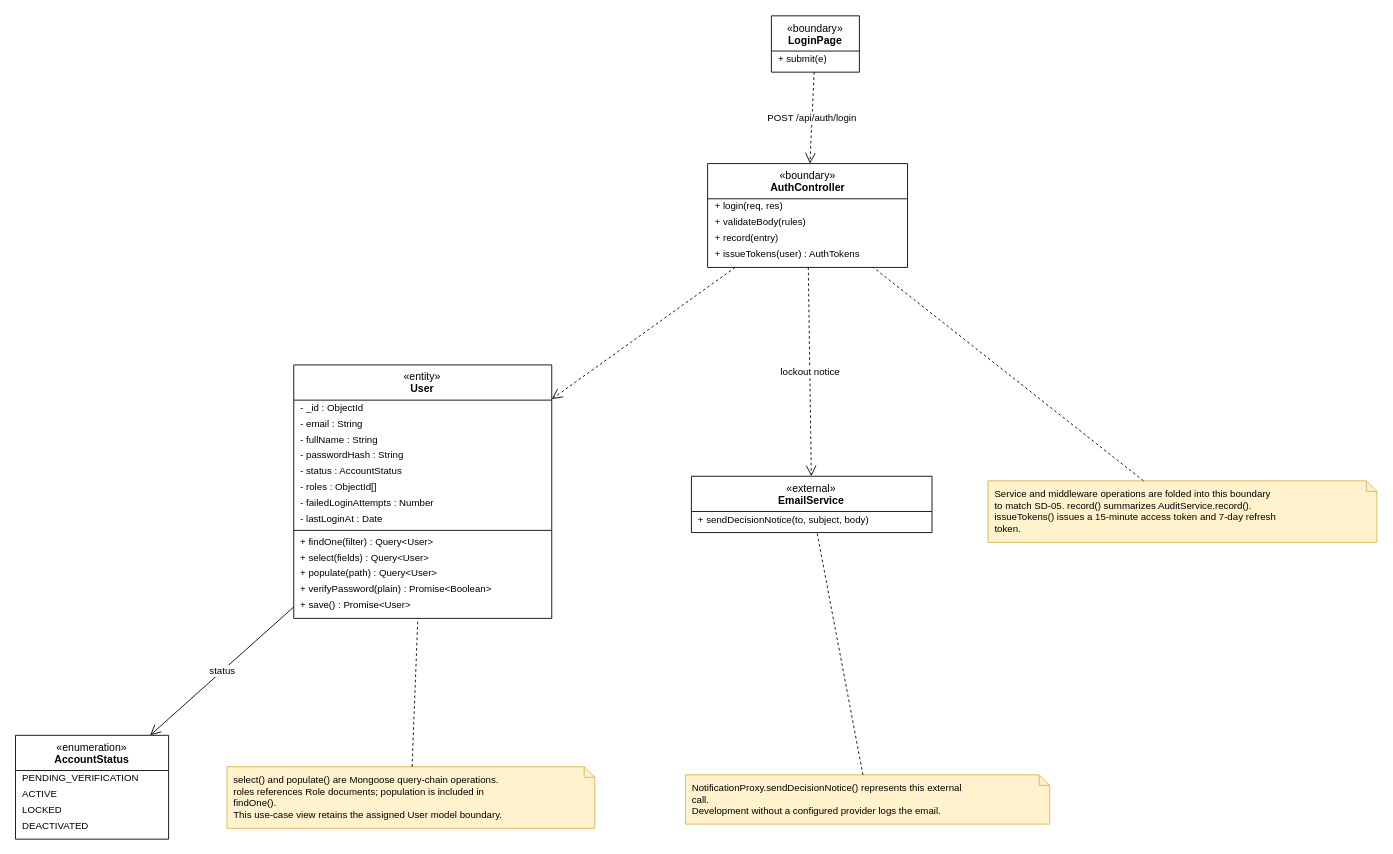
Above: final/diagrams/M2_Auth-And-Administration_Diagrams/class_diagrams/CD-05_UC-G17_Login.drawio in toikobi401/SWD392 (draw.io), before the change. Source tidied: cells renumbered, new cells numbered last; positions are measured from the earlier drawing's top-left corner, leaving out a move shared by most shapes. Both pictures are drawn from the tidied source at 88%, with x=0, y=0 at pixel (15, 15).
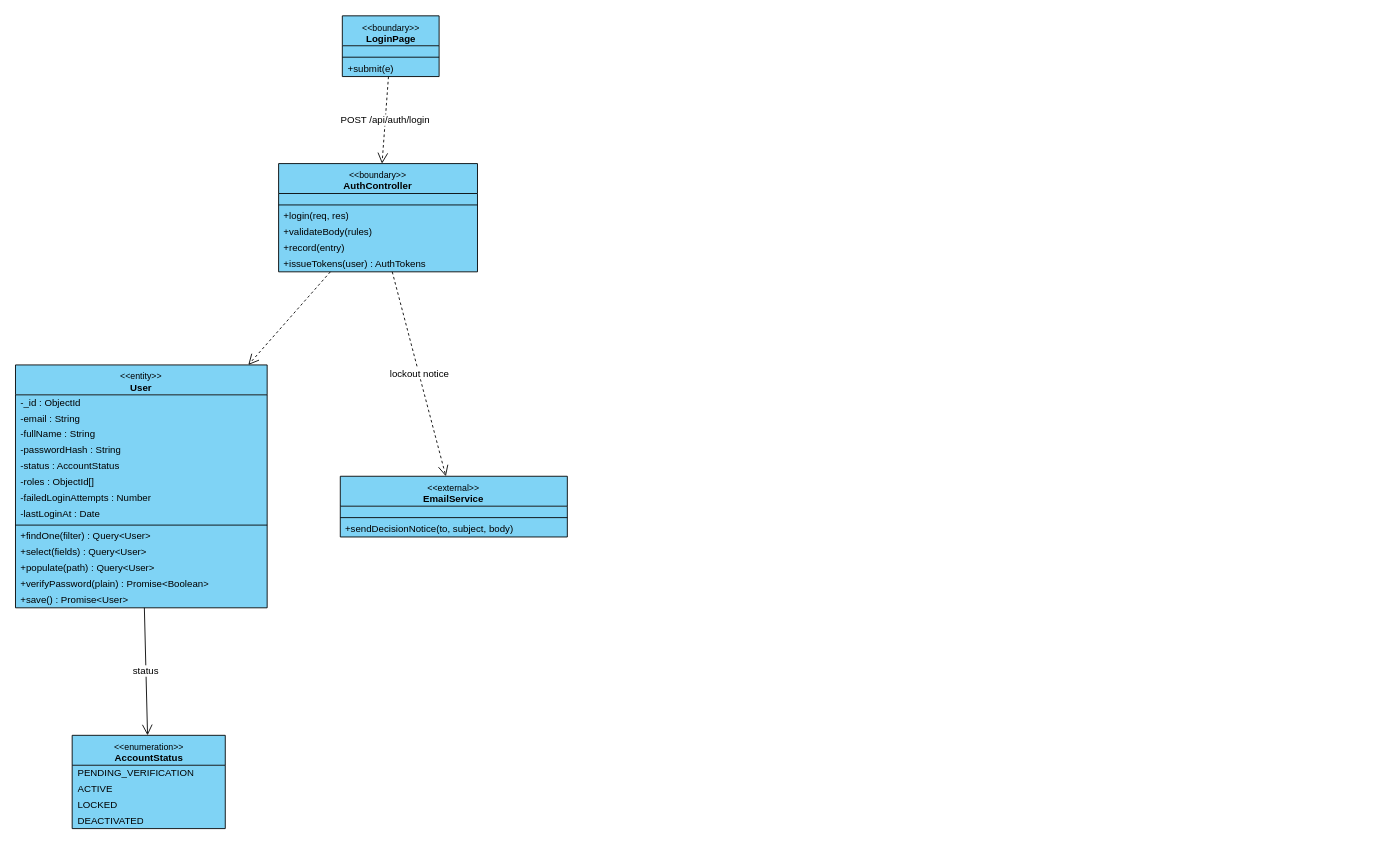
After the change.

What changed in the source:
```diff
@@
-    <mxCell id="2" value="«boundary»&lt;br&gt;&lt;b&gt;LoginPage&lt;/b&gt;" style="swimlane;fontStyle=0;align=center;verticalAlign=top;horizontal=1;startSize=40;html=1;whiteSpace=wrap;fontSize=12;" parent="1" vertex="1">
-      <mxGeometry x="859.1" y="0.5" width="100" height="64" as="geometry" />
+    <mxCell id="2" value="&lt;font style=&quot;font-size:10px&quot;&gt;&amp;lt;&amp;lt;boundary&amp;gt;&amp;gt;&lt;/font&gt;&lt;br&gt;&lt;b&gt;LoginPage&lt;/b&gt;" style="swimlane;fontStyle=0;align=center;verticalAlign=top;horizontal=1;startSize=34;html=1;whiteSpace=wrap;fontSize=11;fillColor=#7fd3f5;swimlaneFillColor=#7fd3f5;strokeColor=#000000;" parent="1" vertex="1">
+      <mxGeometry x="371.5" y="0.5" width="110" height="69" as="geometry" />
     </mxCell>
+    <mxCell id="41" style="text;strokeColor=none;fillColor=none;html=1;" parent="2" vertex="1">
+      <mxGeometry y="34" width="110" height="9" as="geometry" />
+    </mxCell>
+    <mxCell id="42" style="line;strokeWidth=1;fillColor=none;align=left;verticalAlign=middle;spacingTop=-1;spacingLeft=3;spacingRight=3;labelPosition=right;strokeColor=#000000;" parent="2" vertex="1">
+      <mxGeometry y="43" width="110" height="8" as="geometry" />
+    </mxCell>
-    <mxCell id="3" value="+ submit(e)" style="text;strokeColor=none;fillColor=none;align=left;verticalAlign=middle;spacingLeft=6;spacingRight=4;overflow=hidden;whiteSpace=nowrap;html=1;fontSize=11;" parent="2" vertex="1">
-      <mxGeometry y="40" width="100" height="18" as="geometry" />
+    <mxCell id="3" value="+submit(e)" style="text;strokeColor=none;fillColor=none;align=left;verticalAlign=middle;spacingLeft=4;spacingRight=4;overflow=hidden;whiteSpace=nowrap;html=1;fontSize=11;" parent="2" vertex="1">
+      <mxGeometry y="51" width="110" height="18" as="geometry" />
     </mxCell>
-    <mxCell id="4" value="«boundary»&lt;br&gt;&lt;b&gt;AuthController&lt;/b&gt;" style="swimlane;fontStyle=0;align=center;verticalAlign=top;horizontal=1;startSize=40;html=1;whiteSpace=wrap;fontSize=12;" parent="1" vertex="1">
-      <mxGeometry x="786.6" y="168.4" width="227.2" height="118" as="geometry" />
+    <mxCell id="4" value="&lt;font style=&quot;font-size:10px&quot;&gt;&amp;lt;&amp;lt;boundary&amp;gt;&amp;gt;&lt;/font&gt;&lt;br&gt;&lt;b&gt;AuthController&lt;/b&gt;" style="swimlane;fontStyle=0;align=center;verticalAlign=top;horizontal=1;startSize=34;html=1;whiteSpace=wrap;fontSize=11;fillColor=#7fd3f5;swimlaneFillColor=#7fd3f5;strokeColor=#000000;" parent="1" vertex="1">
+      <mxGeometry x="299.1" y="168.4" width="226" height="123" as="geometry" />
     </mxCell>
+    <mxCell id="43" style="text;strokeColor=none;fillColor=none;html=1;" parent="4" vertex="1">
+      <mxGeometry y="34" width="226" height="9" as="geometry" />
+    </mxCell>
+    <mxCell id="44" style="line;strokeWidth=1;fillColor=none;align=left;verticalAlign=middle;spacingTop=-1;spacingLeft=3;spacingRight=3;labelPosition=right;strokeColor=#000000;" parent="4" vertex="1">
+      <mxGeometry y="43" width="226" height="8" as="geometry" />
+    </mxCell>
-    <mxCell id="5" value="+ login(req, res)" style="text;strokeColor=none;fillColor=none;align=left;verticalAlign=middle;spacingLeft=6;spacingRight=4;overflow=hidden;whiteSpace=nowrap;html=1;fontSize=11;" parent="4" vertex="1">
-      <mxGeometry y="40" width="227.2" height="18" as="geometry" />
+    <mxCell id="5" value="+login(req, res)" style="text;strokeColor=none;fillColor=none;align=left;verticalAlign=middle;spacingLeft=4;spacingRight=4;overflow=hidden;whiteSpace=nowrap;html=1;fontSize=11;" parent="4" vertex="1">
+      <mxGeometry y="51" width="226" height="18" as="geometry" />
     </mxCell>
-    <mxCell id="6" value="+ validateBody(rules)" style="text;strokeColor=none;fillColor=none;align=left;verticalAlign=middle;spacingLeft=6;spacingRight=4;overflow=hidden;whiteSpace=nowrap;html=1;fontSize=11;" parent="4" vertex="1">
-      <mxGeometry y="58" width="227.2" height="18" as="geometry" />
+    <mxCell id="6" value="+validateBody(rules)" style="text;strokeColor=none;fillColor=none;align=left;verticalAlign=middle;spacingLeft=4;spacingRight=4;overflow=hidden;whiteSpace=nowrap;html=1;fontSize=11;" parent="4" vertex="1">
+      <mxGeometry y="69" width="226" height="18" as="geometry" />
     </mxCell>
-    <mxCell id="7" value="+ record(entry)" style="text;strokeColor=none;fillColor=none;align=left;verticalAlign=middle;spacingLeft=6;spacingRight=4;overflow=hidden;whiteSpace=nowrap;html=1;fontSize=11;" parent="4" vertex="1">
-      <mxGeometry y="76" width="227.2" height="18" as="geometry" />
+    <mxCell id="7" value="+record(entry)" style="text;strokeColor=none;fillColor=none;align=left;verticalAlign=middle;spacingLeft=4;spacingRight=4;overflow=hidden;whiteSpace=nowrap;html=1;fontSize=11;" parent="4" vertex="1">
+      <mxGeometry y="87" width="226" height="18" as="geometry" />
     </mxCell>
-    <mxCell id="8" value="+ issueTokens(user) : AuthTokens" style="text;strokeColor=none;fillColor=none;align=left;verticalAlign=middle;spacingLeft=6;spacingRight=4;overflow=hidden;whiteSpace=nowrap;html=1;fontSize=11;" parent="4" vertex="1">
-      <mxGeometry y="94" width="227.2" height="18" as="geometry" />
+    <mxCell id="8" value="+issueTokens(user) : AuthTokens" style="text;strokeColor=none;fillColor=none;align=left;verticalAlign=middle;spacingLeft=4;spacingRight=4;overflow=hidden;whiteSpace=nowrap;html=1;fontSize=11;" parent="4" vertex="1">
+      <mxGeometry y="105" width="226" height="18" as="geometry" />
     </mxCell>
-    <mxCell id="9" value="«entity»&lt;br&gt;&lt;b&gt;User&lt;/b&gt;" style="swimlane;fontStyle=0;align=center;verticalAlign=top;horizontal=1;startSize=40;html=1;whiteSpace=wrap;fontSize=12;" parent="1" vertex="1">
-      <mxGeometry x="316.3" y="397.2" width="293.2" height="288" as="geometry" />
+    <mxCell id="9" value="&lt;font style=&quot;font-size:10px&quot;&gt;&amp;lt;&amp;lt;entity&amp;gt;&amp;gt;&lt;/font&gt;&lt;br&gt;&lt;b&gt;User&lt;/b&gt;" style="swimlane;fontStyle=0;align=center;verticalAlign=top;horizontal=1;startSize=34;html=1;whiteSpace=wrap;fontSize=11;fillColor=#7fd3f5;swimlaneFillColor=#7fd3f5;strokeColor=#000000;" parent="1" vertex="1">
+      <mxGeometry x="0.1" y="397.2" width="286" height="276" as="geometry" />
     </mxCell>
-    <mxCell id="10" value="- _id : ObjectId" style="text;strokeColor=none;fillColor=none;align=left;verticalAlign=middle;spacingLeft=6;spacingRight=4;overflow=hidden;whiteSpace=nowrap;html=1;fontSize=11;" parent="9" vertex="1">
-      <mxGeometry y="40" width="293.2" height="18" as="geometry" />
+    <mxCell id="10" value="-_id : ObjectId" style="text;strokeColor=none;fillColor=none;align=left;verticalAlign=middle;spacingLeft=4;spacingRight=4;overflow=hidden;whiteSpace=nowrap;html=1;fontSize=11;" parent="9" vertex="1">
+      <mxGeometry y="34" width="286" height="18" as="geometry" />
     </mxCell>
-    <mxCell id="11" value="- email : String" style="text;strokeColor=none;fillColor=none;align=left;verticalAlign=middle;spacingLeft=6;spacingRight=4;overflow=hidden;whiteSpace=nowrap;html=1;fontSize=11;" parent="9" vertex="1">
-      <mxGeometry y="58" width="293.2" height="18" as="geometry" />
+    <mxCell id="11" value="-email : String" style="text;strokeColor=none;fillColor=none;align=left;verticalAlign=middle;spacingLeft=4;spacingRight=4;overflow=hidden;whiteSpace=nowrap;html=1;fontSize=11;" parent="9" vertex="1">
+      <mxGeometry y="52" width="286" height="18" as="geometry" />
     </mxCell>
-    <mxCell id="12" value="- fullName : String" style="text;strokeColor=none;fillColor=none;align=left;verticalAlign=middle;spacingLeft=6;spacingRight=4;overflow=hidden;whiteSpace=nowrap;html=1;fontSize=11;" parent="9" vertex="1">
-      <mxGeometry y="76" width="293.2" height="18" as="geometry" />
+    <mxCell id="12" value="-fullName : String" style="text;strokeColor=none;fillColor=none;align=left;verticalAlign=middle;spacingLeft=4;spacingRight=4;overflow=hidden;whiteSpace=nowrap;html=1;fontSize=11;" parent="9" vertex="1">
+      <mxGeometry y="70" width="286" height="18" as="geometry" />
     </mxCell>
-    <mxCell id="13" value="- passwordHash : String" style="text;strokeColor=none;fillColor=none;align=left;verticalAlign=middle;spacingLeft=6;spacingRight=4;overflow=hidden;whiteSpace=nowrap;html=1;fontSize=11;" parent="9" vertex="1">
-      <mxGeometry y="94" width="293.2" height="18" as="geometry" />
+    <mxCell id="13" value="-passwordHash : String" style="text;strokeColor=none;fillColor=none;align=left;verticalAlign=middle;spacingLeft=4;spacingRight=4;overflow=hidden;whiteSpace=nowrap;html=1;fontSize=11;" parent="9" vertex="1">
+      <mxGeometry y="88" width="286" height="18" as="geometry" />
     </mxCell>
-    <mxCell id="14" value="- status : AccountStatus" style="text;strokeColor=none;fillColor=none;align=left;verticalAlign=middle;spacingLeft=6;spacingRight=4;overflow=hidden;whiteSpace=nowrap;html=1;fontSize=11;" parent="9" vertex="1">
-      <mxGeometry y="112" width="293.2" height="18" as="geometry" />
+    <mxCell id="14" value="-status : AccountStatus" style="text;strokeColor=none;fillColor=none;align=left;verticalAlign=middle;spacingLeft=4;spacingRight=4;overflow=hidden;whiteSpace=nowrap;html=1;fontSize=11;" parent="9" vertex="1">
+      <mxGeometry y="106" width="286" height="18" as="geometry" />
     </mxCell>
-    <mxCell id="15" value="- roles : ObjectId[]" style="text;strokeColor=none;fillColor=none;align=left;verticalAlign=middle;spacingLeft=6;spacingRight=4;overflow=hidden;whiteSpace=nowrap;html=1;fontSize=11;" parent="9" vertex="1">
-      <mxGeometry y="130" width="293.2" height="18" as="geometry" />
+    <mxCell id="15" value="-roles : ObjectId[]" style="text;strokeColor=none;fillColor=none;align=left;verticalAlign=middle;spacingLeft=4;spacingRight=4;overflow=hidden;whiteSpace=nowrap;html=1;fontSize=11;" parent="9" vertex="1">
+      <mxGeometry y="124" width="286" height="18" as="geometry" />
     </mxCell>
-    <mxCell id="16" value="- failedLoginAttempts : Number" style="text;strokeColor=none;fillColor=none;align=left;verticalAlign=middle;spacingLeft=6;spacingRight=4;overflow=hidden;whiteSpace=nowrap;html=1;fontSize=11;" parent="9" vertex="1">
-      <mxGeometry y="148" width="293.2" height="18" as="geometry" />
+    <mxCell id="16" value="-failedLoginAttempts : Number" style="text;strokeColor=none;fillColor=none;align=left;verticalAlign=middle;spacingLeft=4;spacingRight=4;overflow=hidden;whiteSpace=nowrap;html=1;fontSize=11;" parent="9" vertex="1">
+      <mxGeometry y="142" width="286" height="18" as="geometry" />
     </mxCell>
-    <mxCell id="17" value="- lastLoginAt : Date" style="text;strokeColor=none;fillColor=none;align=left;verticalAlign=middle;spacingLeft=6;spacingRight=4;overflow=hidden;whiteSpace=nowrap;html=1;fontSize=11;" parent="9" vertex="1">
-      <mxGeometry y="166" width="293.2" height="18" as="geometry" />
+    <mxCell id="17" value="-lastLoginAt : Date" style="text;strokeColor=none;fillColor=none;align=left;verticalAlign=middle;spacingLeft=4;spacingRight=4;overflow=hidden;whiteSpace=nowrap;html=1;fontSize=11;" parent="9" vertex="1">
+      <mxGeometry y="160" width="286" height="18" as="geometry" />
     </mxCell>
-    <mxCell id="18" style="line;strokeWidth=1;fillColor=none;align=left;verticalAlign=middle;spacingTop=-1;spacingLeft=3;spacingRight=3;labelPosition=right;strokeColor=inherit;" parent="9" vertex="1">
-      <mxGeometry y="184" width="293.2" height="8" as="geometry" />
+    <mxCell id="18" style="line;strokeWidth=1;fillColor=none;align=left;verticalAlign=middle;spacingTop=-1;spacingLeft=3;spacingRight=3;labelPosition=right;strokeColor=#000000;" parent="9" vertex="1">
+      <mxGeometry y="178" width="286" height="8" as="geometry" />
     </mxCell>
-    <mxCell id="19" value="+ findOne(filter) : Query&amp;lt;User&amp;gt;" style="text;strokeColor=none;fillColor=none;align=left;verticalAlign=middle;spacingLeft=6;spacingRight=4;overflow=hidden;whiteSpace=nowrap;html=1;fontSize=11;" parent="9" vertex="1">
-      <mxGeometry y="192" width="293.2" height="18" as="geometry" />
+    <mxCell id="19" value="+findOne(filter) : Query&amp;lt;User&amp;gt;" style="text;strokeColor=none;fillColor=none;align=left;verticalAlign=middle;spacingLeft=4;spacingRight=4;overflow=hidden;whiteSpace=nowrap;html=1;fontSize=11;" parent="9" vertex="1">
+      <mxGeometry y="186" width="286" height="18" as="geometry" />
     </mxCell>
-    <mxCell id="20" value="+ select(fields) : Query&amp;lt;User&amp;gt;" style="text;strokeColor=none;fillColor=none;align=left;verticalAlign=middle;spacingLeft=6;spacingRight=4;overflow=hidden;whiteSpace=nowrap;html=1;fontSize=11;" parent="9" vertex="1">
-      <mxGeometry y="210" width="293.2" height="18" as="geometry" />
+    <mxCell id="20" value="+select(fields) : Query&amp;lt;User&amp;gt;" style="text;strokeColor=none;fillColor=none;align=left;verticalAlign=middle;spacingLeft=4;spacingRight=4;overflow=hidden;whiteSpace=nowrap;html=1;fontSize=11;" parent="9" vertex="1">
+      <mxGeometry y="204" width="286" height="18" as="geometry" />
     </mxCell>
-    <mxCell id="21" value="+ populate(path) : Query&amp;lt;User&amp;gt;" style="text;strokeColor=none;fillColor=none;align=left;verticalAlign=middle;spacingLeft=6;spacingRight=4;overflow=hidden;whiteSpace=nowrap;html=1;fontSize=11;" parent="9" vertex="1">
-      <mxGeometry y="228" width="293.2" height="18" as="geometry" />
+    <mxCell id="21" value="+populate(path) : Query&amp;lt;User&amp;gt;" style="text;strokeColor=none;fillColor=none;align=left;verticalAlign=middle;spacingLeft=4;spacingRight=4;overflow=hidden;whiteSpace=nowrap;html=1;fontSize=11;" parent="9" vertex="1">
+      <mxGeometry y="222" width="286" height="18" as="geometry" />
     </mxCell>
-    <mxCell id="22" value="+ verifyPassword(plain) : Promise&amp;lt;Boolean&amp;gt;" style="text;strokeColor=none;fillColor=none;align=left;verticalAlign=middle;spacingLeft=6;spacingRight=4;overflow=hidden;whiteSpace=nowrap;html=1;fontSize=11;" parent="9" vertex="1">
-      <mxGeometry y="246" width="293.2" height="18" as="geometry" />
+    <mxCell id="22" value="+verifyPassword(plain) : Promise&amp;lt;Boolean&amp;gt;" style="text;strokeColor=none;fillColor=none;align=left;verticalAlign=middle;spacingLeft=4;spacingRight=4;overflow=hidden;whiteSpace=nowrap;html=1;fontSize=11;" parent="9" vertex="1">
+      <mxGeometry y="240" width="286" height="18" as="geometry" />
     </mxCell>
-    <mxCell id="23" value="+ save() : Promise&amp;lt;User&amp;gt;" style="text;strokeColor=none;fillColor=none;align=left;verticalAlign=middle;spacingLeft=6;spacingRight=4;overflow=hidden;whiteSpace=nowrap;html=1;fontSize=11;" parent="9" vertex="1">
-      <mxGeometry y="264" width="293.2" height="18" as="geometry" />
+    <mxCell id="23" value="+save() : Promise&amp;lt;User&amp;gt;" style="text;strokeColor=none;fillColor=none;align=left;verticalAlign=middle;spacingLeft=4;spacingRight=4;overflow=hidden;whiteSpace=nowrap;html=1;fontSize=11;" parent="9" vertex="1">
+      <mxGeometry y="258" width="286" height="18" as="geometry" />
     </mxCell>
-    <mxCell id="24" value="«external»&lt;br&gt;&lt;b&gt;EmailService&lt;/b&gt;" style="swimlane;fontStyle=0;align=center;verticalAlign=top;horizontal=1;startSize=40;html=1;whiteSpace=wrap;fontSize=12;" parent="1" vertex="1">
-      <mxGeometry x="768.2" y="523.7" width="273.4" height="64" as="geometry" />
+    <mxCell id="24" value="&lt;font style=&quot;font-size:10px&quot;&gt;&amp;lt;&amp;lt;external&amp;gt;&amp;gt;&lt;/font&gt;&lt;br&gt;&lt;b&gt;EmailService&lt;/b&gt;" style="swimlane;fontStyle=0;align=center;verticalAlign=top;horizontal=1;startSize=34;html=1;whiteSpace=wrap;fontSize=11;fillColor=#7fd3f5;swimlaneFillColor=#7fd3f5;strokeColor=#000000;" parent="1" vertex="1">
+      <mxGeometry x="369.2" y="523.7" width="258" height="69" as="geometry" />
     </mxCell>
+    <mxCell id="45" style="text;strokeColor=none;fillColor=none;html=1;" parent="24" vertex="1">
+      <mxGeometry y="34" width="258" height="9" as="geometry" />
+    </mxCell>
+    <mxCell id="46" style="line;strokeWidth=1;fillColor=none;align=left;verticalAlign=middle;spacingTop=-1;spacingLeft=3;spacingRight=3;labelPosition=right;strokeColor=#000000;" parent="24" vertex="1">
+      <mxGeometry y="43" width="258" height="8" as="geometry" />
+    </mxCell>
-    <mxCell id="25" value="+ sendDecisionNotice(to, subject, body)" style="text;strokeColor=none;fillColor=none;align=left;verticalAlign=middle;spacingLeft=6;spacingRight=4;overflow=hidden;whiteSpace=nowrap;html=1;fontSize=11;" parent="24" vertex="1">
-      <mxGeometry y="40" width="273.4" height="18" as="geometry" />
+    <mxCell id="25" value="+sendDecisionNotice(to, subject, body)" style="text;strokeColor=none;fillColor=none;align=left;verticalAlign=middle;spacingLeft=4;spacingRight=4;overflow=hidden;whiteSpace=nowrap;html=1;fontSize=11;" parent="24" vertex="1">
+      <mxGeometry y="51" width="258" height="18" as="geometry" />
     </mxCell>
-    <mxCell id="26" value="«enumeration»&lt;br&gt;&lt;b&gt;AccountStatus&lt;/b&gt;" style="swimlane;fontStyle=0;align=center;verticalAlign=top;horizontal=1;startSize=40;html=1;whiteSpace=wrap;fontSize=12;" parent="1" vertex="1">
-      <mxGeometry x="0.1" y="818.1" width="174" height="118" as="geometry" />
+    <mxCell id="26" value="&lt;font style=&quot;font-size:10px&quot;&gt;&amp;lt;&amp;lt;enumeration&amp;gt;&amp;gt;&lt;/font&gt;&lt;br&gt;&lt;b&gt;AccountStatus&lt;/b&gt;" style="swimlane;fontStyle=0;align=center;verticalAlign=top;horizontal=1;startSize=34;html=1;whiteSpace=wrap;fontSize=11;fillColor=#7fd3f5;swimlaneFillColor=#7fd3f5;strokeColor=#000000;" parent="1" vertex="1">
+      <mxGeometry x="64.5" y="818.1" width="174" height="106" as="geometry" />
     </mxCell>
-    <mxCell id="27" value="PENDING_VERIFICATION" style="text;strokeColor=none;fillColor=none;align=left;verticalAlign=middle;spacingLeft=6;spacingRight=4;overflow=hidden;whiteSpace=nowrap;html=1;fontSize=11;" parent="26" vertex="1">
-      <mxGeometry y="40" width="174" height="18" as="geometry" />
+    <mxCell id="27" value="PENDING_VERIFICATION" style="text;strokeColor=none;fillColor=none;align=left;verticalAlign=middle;spacingLeft=4;spacingRight=4;overflow=hidden;whiteSpace=nowrap;html=1;fontSize=11;" parent="26" vertex="1">
+      <mxGeometry y="34" width="174" height="18" as="geometry" />
     </mxCell>
-    <mxCell id="28" value="ACTIVE" style="text;strokeColor=none;fillColor=none;align=left;verticalAlign=middle;spacingLeft=6;spacingRight=4;overflow=hidden;whiteSpace=nowrap;html=1;fontSize=11;" parent="26" vertex="1">
-      <mxGeometry y="58" width="174" height="18" as="geometry" />
+    <mxCell id="28" value="ACTIVE" style="text;strokeColor=none;fillColor=none;align=left;verticalAlign=middle;spacingLeft=4;spacingRight=4;overflow=hidden;whiteSpace=nowrap;html=1;fontSize=11;" parent="26" vertex="1">
+      <mxGeometry y="52" width="174" height="18" as="geometry" />
     </mxCell>
-    <mxCell id="29" value="LOCKED" style="text;strokeColor=none;fillColor=none;align=left;verticalAlign=middle;spacingLeft=6;spacingRight=4;overflow=hidden;whiteSpace=nowrap;html=1;fontSize=11;" parent="26" vertex="1">
-      <mxGeometry y="76" width="174" height="18" as="geometry" />
+    <mxCell id="29" value="LOCKED" style="text;strokeColor=none;fillColor=none;align=left;verticalAlign=middle;spacingLeft=4;spacingRight=4;overflow=hidden;whiteSpace=nowrap;html=1;fontSize=11;" parent="26" vertex="1">
+      <mxGeometry y="70" width="174" height="18" as="geometry" />
     </mxCell>
-    <mxCell id="30" value="DEACTIVATED" style="text;strokeColor=none;fillColor=none;align=left;verticalAlign=middle;spacingLeft=6;spacingRight=4;overflow=hidden;whiteSpace=nowrap;html=1;fontSize=11;" parent="26" vertex="1">
-      <mxGeometry y="94" width="174" height="18" as="geometry" />
+    <mxCell id="30" value="DEACTIVATED" style="text;strokeColor=none;fillColor=none;align=left;verticalAlign=middle;spacingLeft=4;spacingRight=4;overflow=hidden;whiteSpace=nowrap;html=1;fontSize=11;" parent="26" vertex="1">
+      <mxGeometry y="88" width="174" height="18" as="geometry" />
     </mxCell>
-    <mxCell id="31" value="Service and middleware operations are folded into this boundary&lt;br&gt;to match SD-05. record() summarizes AuditService.record().&lt;br&gt;issueTokens() issues a 15-minute access token and 7-day refresh&lt;br&gt;token." style="shape=note;whiteSpace=wrap;html=1;size=12;align=left;verticalAlign=top;spacingLeft=6;spacingTop=2;fontSize=11;fillColor=#fff2cc;strokeColor=#d6b656;" parent="1" vertex="1">
-      <mxGeometry x="1105.2" y="528.9" width="442" height="70" as="geometry" />
-    </mxCell>
-    <mxCell id="32" style="endArrow=none;dashed=1;html=1;rounded=0;" parent="1" edge="1" source="31" target="4">
-      <mxGeometry relative="1" as="geometry" />
-    </mxCell>
-    <mxCell id="33" value="select() and populate() are Mongoose query-chain operations.&lt;br&gt;roles references Role documents; population is included in&lt;br&gt;findOne().&lt;br&gt;This use-case view retains the assigned User model boundary." style="shape=note;whiteSpace=wrap;html=1;size=12;align=left;verticalAlign=top;spacingLeft=6;spacingTop=2;fontSize=11;fillColor=#fff2cc;strokeColor=#d6b656;" parent="1" vertex="1">
-      <mxGeometry x="240.4" y="853.8" width="418" height="70" as="geometry" />
-    </mxCell>
-    <mxCell id="34" style="endArrow=none;dashed=1;html=1;rounded=0;" parent="1" edge="1" source="33" target="9">
-      <mxGeometry relative="1" as="geometry" />
-    </mxCell>
-    <mxCell id="35" value="NotificationProxy.sendDecisionNotice() represents this external&lt;br&gt;call.&lt;br&gt;Development without a configured provider logs the email." style="shape=note;whiteSpace=wrap;html=1;size=12;align=left;verticalAlign=top;spacingLeft=6;spacingTop=2;fontSize=11;fillColor=#fff2cc;strokeColor=#d6b656;" parent="1" vertex="1">
-      <mxGeometry x="761.4" y="863" width="414" height="56" as="geometry" />
-    </mxCell>
-    <mxCell id="36" style="endArrow=none;dashed=1;html=1;rounded=0;" parent="1" edge="1" source="35" target="24">
-      <mxGeometry relative="1" as="geometry" />
-    </mxCell>
```
